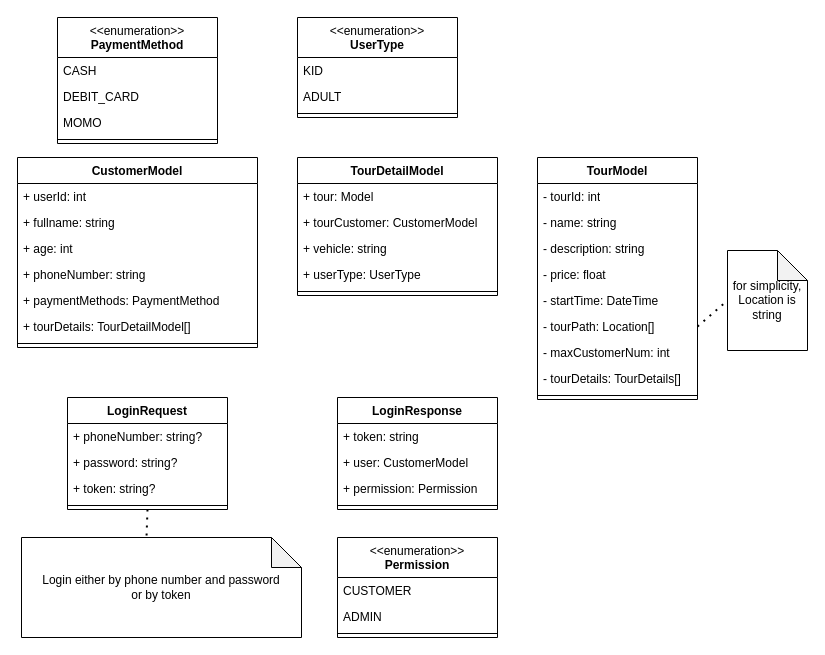
The draw.io diagram page "Model" (4 of 7) of document/diagram.drawio in BlenDMinh/SaigonTour, before the edit. Source tidied: cells renumbered, new cells numbered last; positions are measured from the earlier drawing's top-left corner, leaving out a move shared by most shapes. Both pictures are drawn from the tidied source at 100%, with x=0, y=0 at pixel (17, 17).
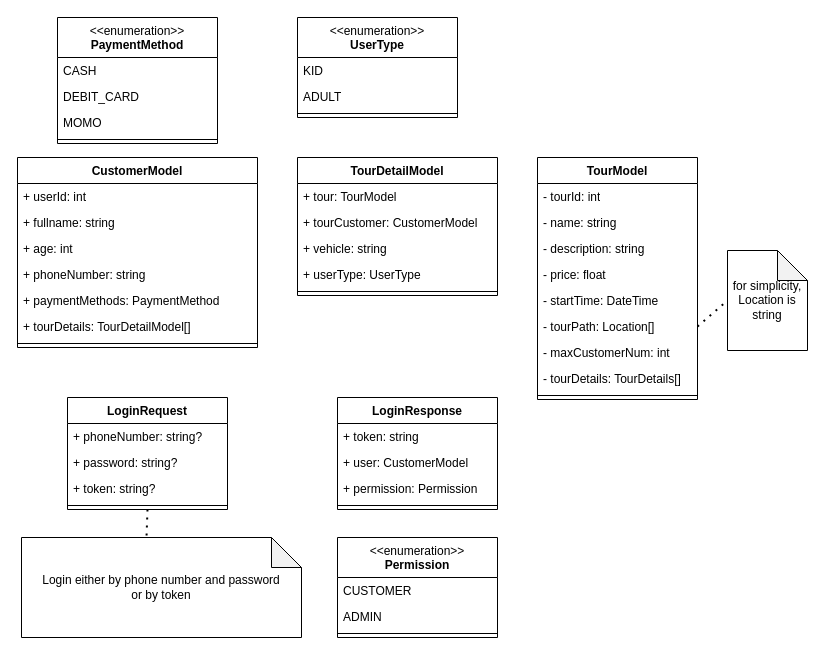
Above is the later version.

The change refers to these unchanged cells:
```xml
<mxCell id="25" value="TourDetailModel" style="swimlane;fontStyle=1;align=center;verticalAlign=top;horizontal=1;startSize=26;whiteSpace=wrap;html=1;" parent="1" vertex="1">
  <mxGeometry x="280" y="140" width="200" height="138" as="geometry" />
</mxCell>
```

Diff of the diagram source:
```diff
@@
-    <mxCell id="26" value="+ tour: Model" style="text;strokeColor=none;fillColor=none;align=left;verticalAlign=top;spacingLeft=4;spacingRight=4;overflow=hidden;whiteSpace=wrap;html=1;" parent="25" vertex="1">
+    <mxCell id="26" value="+ tour: TourModel" style="text;strokeColor=none;fillColor=none;align=left;verticalAlign=top;spacingLeft=4;spacingRight=4;overflow=hidden;whiteSpace=wrap;html=1;" parent="25" vertex="1">
       <mxGeometry y="26" width="200" height="26" as="geometry" />
     </mxCell>
```
